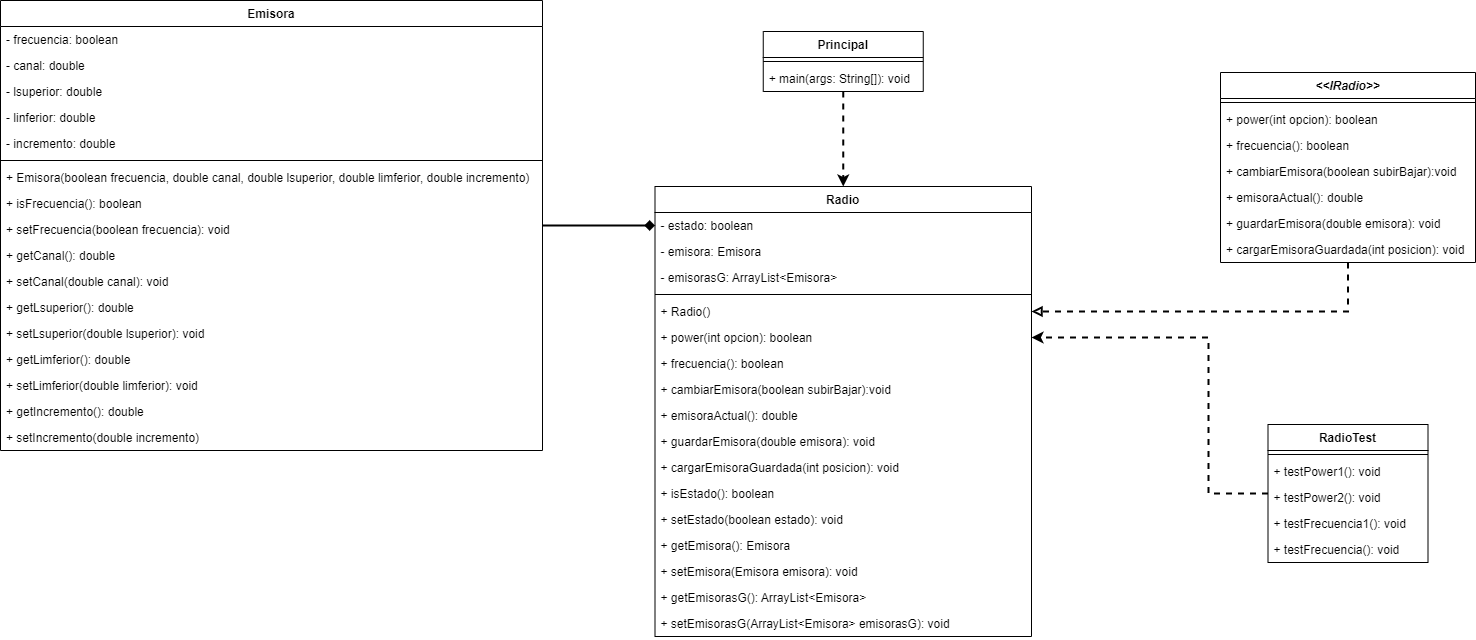
The draw.io diagram UML - HT1.png in Geraxxx5/HT1, before a commit. Source tidied: cells renumbered, new cells last; positions are measured from the earlier drawing's top-left corner, leaving out a move shared by most shapes.
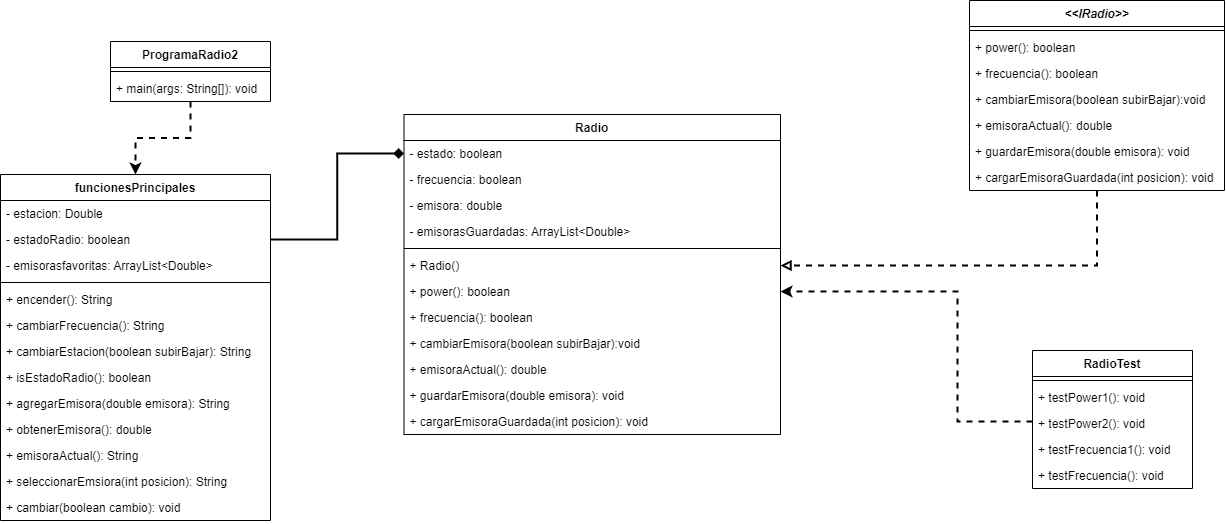
The same file after the commit.

Diff of the diagram source:
```diff
@@ -5,122 +5,50 @@
     <mxCell id="2" style="edgeStyle=orthogonalEdgeStyle;rounded=0;jettySize=auto;html=1;strokeWidth=2;endArrow=block;endFill=0;dashed=1;" parent="1" edge="1" source="44" target="27">
       <mxGeometry relative="1" as="geometry" />
     </mxCell>
-    <mxCell id="3" style="edgeStyle=orthogonalEdgeStyle;rounded=0;jettySize=auto;html=1;strokeWidth=2;endArrow=diamond;endFill=1;" parent="1" edge="1" source="4" target="23">
-      <mxGeometry relative="1" as="geometry" />
-    </mxCell>
-    <mxCell id="4" value="Emisora" style="swimlane;fontStyle=1;align=center;verticalAlign=top;horizontal=1;startSize=26;" parent="1" vertex="1">
-      <mxGeometry width="542" height="450" as="geometry" />
-    </mxCell>
-    <mxCell id="5" value="- frecuencia: boolean" style="text;strokeColor=none;fillColor=none;align=left;verticalAlign=top;spacingLeft=4;spacingRight=4;overflow=hidden;" parent="4" vertex="1">
-      <mxGeometry y="26" width="542" height="26" as="geometry" />
-    </mxCell>
-    <mxCell id="6" value="- canal: double" style="text;strokeColor=none;fillColor=none;align=left;verticalAlign=top;spacingLeft=4;spacingRight=4;overflow=hidden;" parent="4" vertex="1">
-      <mxGeometry y="52" width="542" height="26" as="geometry" />
-    </mxCell>
-    <mxCell id="7" value="- lsuperior: double" style="text;strokeColor=none;fillColor=none;align=left;verticalAlign=top;spacingLeft=4;spacingRight=4;overflow=hidden;" parent="4" vertex="1">
-      <mxGeometry y="78" width="542" height="26" as="geometry" />
-    </mxCell>
-    <mxCell id="8" value="- linferior: double" style="text;strokeColor=none;fillColor=none;align=left;verticalAlign=top;spacingLeft=4;spacingRight=4;overflow=hidden;" parent="4" vertex="1">
-      <mxGeometry y="104" width="542" height="26" as="geometry" />
-    </mxCell>
-    <mxCell id="9" value="- incremento: double" style="text;strokeColor=none;fillColor=none;align=left;verticalAlign=top;spacingLeft=4;spacingRight=4;overflow=hidden;" parent="4" vertex="1">
-      <mxGeometry y="130" width="542" height="26" as="geometry" />
-    </mxCell>
-    <mxCell id="10" style="line;strokeWidth=1;fillColor=none;align=left;verticalAlign=middle;spacingTop=-1;spacingLeft=3;spacingRight=3;labelPosition=right;strokeColor=inherit;" parent="4" vertex="1">
-      <mxGeometry y="156" width="542" height="8" as="geometry" />
-    </mxCell>
-    <mxCell id="11" value="+ Emisora(boolean frecuencia, double canal, double lsuperior, double limferior, double incremento)" style="text;strokeColor=none;fillColor=none;align=left;verticalAlign=top;spacingLeft=4;spacingRight=4;overflow=hidden;" parent="4" vertex="1">
-      <mxGeometry y="164" width="542" height="26" as="geometry" />
-    </mxCell>
-    <mxCell id="12" value="+ isFrecuencia(): boolean" style="text;strokeColor=none;fillColor=none;align=left;verticalAlign=top;spacingLeft=4;spacingRight=4;overflow=hidden;" parent="4" vertex="1">
-      <mxGeometry y="190" width="542" height="26" as="geometry" />
-    </mxCell>
-    <mxCell id="13" value="+ setFrecuencia(boolean frecuencia): void" style="text;strokeColor=none;fillColor=none;align=left;verticalAlign=top;spacingLeft=4;spacingRight=4;overflow=hidden;" parent="4" vertex="1">
-      <mxGeometry y="216" width="542" height="26" as="geometry" />
-    </mxCell>
-    <mxCell id="14" value="+ getCanal(): double" style="text;strokeColor=none;fillColor=none;align=left;verticalAlign=top;spacingLeft=4;spacingRight=4;overflow=hidden;" parent="4" vertex="1">
-      <mxGeometry y="242" width="542" height="26" as="geometry" />
-    </mxCell>
-    <mxCell id="15" value="+ setCanal(double canal): void" style="text;strokeColor=none;fillColor=none;align=left;verticalAlign=top;spacingLeft=4;spacingRight=4;overflow=hidden;" parent="4" vertex="1">
-      <mxGeometry y="268" width="542" height="26" as="geometry" />
-    </mxCell>
-    <mxCell id="16" value="+ getLsuperior(): double" style="text;strokeColor=none;fillColor=none;align=left;verticalAlign=top;spacingLeft=4;spacingRight=4;overflow=hidden;" parent="4" vertex="1">
-      <mxGeometry y="294" width="542" height="26" as="geometry" />
-    </mxCell>
-    <mxCell id="17" value="+ setLsuperior(double lsuperior): void" style="text;strokeColor=none;fillColor=none;align=left;verticalAlign=top;spacingLeft=4;spacingRight=4;overflow=hidden;" parent="4" vertex="1">
-      <mxGeometry y="320" width="542" height="26" as="geometry" />
-    </mxCell>
-    <mxCell id="18" value="+ getLimferior(): double" style="text;strokeColor=none;fillColor=none;align=left;verticalAlign=top;spacingLeft=4;spacingRight=4;overflow=hidden;" parent="4" vertex="1">
-      <mxGeometry y="346" width="542" height="26" as="geometry" />
-    </mxCell>
-    <mxCell id="19" value="+ setLimferior(double limferior): void" style="text;strokeColor=none;fillColor=none;align=left;verticalAlign=top;spacingLeft=4;spacingRight=4;overflow=hidden;" parent="4" vertex="1">
-      <mxGeometry y="372" width="542" height="26" as="geometry" />
-    </mxCell>
-    <mxCell id="20" value="+ getIncremento(): double" style="text;strokeColor=none;fillColor=none;align=left;verticalAlign=top;spacingLeft=4;spacingRight=4;overflow=hidden;" parent="4" vertex="1">
-      <mxGeometry y="398" width="542" height="26" as="geometry" />
-    </mxCell>
-    <mxCell id="21" value="+ setIncremento(double incremento)" style="text;strokeColor=none;fillColor=none;align=left;verticalAlign=top;spacingLeft=4;spacingRight=4;overflow=hidden;" parent="4" vertex="1">
-      <mxGeometry y="424" width="542" height="26" as="geometry" />
-    </mxCell>
     <mxCell id="22" value="Radio" style="swimlane;fontStyle=1;align=center;verticalAlign=top;horizontal=1;startSize=26;" parent="1" vertex="1">
-      <mxGeometry x="654.5" y="186" width="376.5" height="450" as="geometry" />
+      <mxGeometry x="654.5" y="186" width="376.5" height="320" as="geometry" />
     </mxCell>
     <mxCell id="23" value="- estado: boolean" style="text;strokeColor=none;fillColor=none;align=left;verticalAlign=top;spacingLeft=4;spacingRight=4;overflow=hidden;points=[[0,0.5],[1,0.5]];portConstraint=eastwest;" parent="22" vertex="1">
       <mxGeometry y="26" width="376.5" height="26" as="geometry" />
     </mxCell>
-    <mxCell id="24" value="- emisora: Emisora" style="text;strokeColor=none;fillColor=none;align=left;verticalAlign=top;spacingLeft=4;spacingRight=4;overflow=hidden;" parent="22" vertex="1">
+    <mxCell id="24" value="- frecuencia: boolean" style="text;strokeColor=none;fillColor=none;align=left;verticalAlign=top;spacingLeft=4;spacingRight=4;overflow=hidden;" parent="22" vertex="1">
       <mxGeometry y="52" width="376.5" height="26" as="geometry" />
     </mxCell>
+    <mxCell id="59" value="- emisora: double" style="text;strokeColor=none;fillColor=none;align=left;verticalAlign=top;spacingLeft=4;spacingRight=4;overflow=hidden;" parent="22" vertex="1">
+      <mxGeometry y="78" width="376.5" height="26" as="geometry" />
+    </mxCell>
-    <mxCell id="25" value="- emisorasG: ArrayList&lt;Emisora&gt;" style="text;strokeColor=none;fillColor=none;align=left;verticalAlign=top;spacingLeft=4;spacingRight=4;overflow=hidden;" parent="22" vertex="1">
-      <mxGeometry y="78" width="376.5" height="26" as="geometry" />
+    <mxCell id="25" value="- emisorasGuardadas: ArrayList&lt;Double&gt;" style="text;strokeColor=none;fillColor=none;align=left;verticalAlign=top;spacingLeft=4;spacingRight=4;overflow=hidden;" parent="22" vertex="1">
+      <mxGeometry y="104" width="376.5" height="26" as="geometry" />
     </mxCell>
     <mxCell id="26" style="line;strokeWidth=1;fillColor=none;align=left;verticalAlign=middle;spacingTop=-1;spacingLeft=3;spacingRight=3;labelPosition=right;strokeColor=inherit;" parent="22" vertex="1">
-      <mxGeometry y="104" width="376.5" height="8" as="geometry" />
+      <mxGeometry y="130" width="376.5" height="8" as="geometry" />
     </mxCell>
     <mxCell id="27" value="+ Radio()" style="text;strokeColor=none;fillColor=none;align=left;verticalAlign=top;spacingLeft=4;spacingRight=4;overflow=hidden;points=[[0,0.5],[1,0.5]];portConstraint=eastwest;" parent="22" vertex="1">
-      <mxGeometry y="112" width="376.5" height="26" as="geometry" />
+      <mxGeometry y="138" width="376.5" height="26" as="geometry" />
     </mxCell>
-    <mxCell id="28" value="+ power(int opcion): boolean" style="text;strokeColor=none;fillColor=none;align=left;verticalAlign=top;spacingLeft=4;spacingRight=4;overflow=hidden;points=[[0,0.5],[1,0.5]];portConstraint=eastwest;fontSize=12;" parent="22" vertex="1">
-      <mxGeometry y="138" width="376.5" height="26" as="geometry" />
+    <mxCell id="28" value="+ power(): boolean" style="text;strokeColor=none;fillColor=none;align=left;verticalAlign=top;spacingLeft=4;spacingRight=4;overflow=hidden;points=[[0,0.5],[1,0.5]];portConstraint=eastwest;fontSize=12;" parent="22" vertex="1">
+      <mxGeometry y="164" width="376.5" height="26" as="geometry" />
     </mxCell>
     <mxCell id="29" value="+ frecuencia(): boolean" style="text;strokeColor=none;fillColor=none;align=left;verticalAlign=top;spacingLeft=4;spacingRight=4;overflow=hidden;fontSize=12;" parent="22" vertex="1">
-      <mxGeometry y="164" width="376.5" height="26" as="geometry" />
+      <mxGeometry y="190" width="376.5" height="26" as="geometry" />
     </mxCell>
     <mxCell id="30" value="+ cambiarEmisora(boolean subirBajar):void" style="text;strokeColor=none;fillColor=none;align=left;verticalAlign=top;spacingLeft=4;spacingRight=4;overflow=hidden;fontSize=12;" parent="22" vertex="1">
-      <mxGeometry y="190" width="376.5" height="26" as="geometry" />
+      <mxGeometry y="216" width="376.5" height="26" as="geometry" />
     </mxCell>
     <mxCell id="31" value="+ emisoraActual(): double" style="text;strokeColor=none;fillColor=none;align=left;verticalAlign=top;spacingLeft=4;spacingRight=4;overflow=hidden;fontSize=12;" parent="22" vertex="1">
-      <mxGeometry y="216" width="376.5" height="26" as="geometry" />
+      <mxGeometry y="242" width="376.5" height="26" as="geometry" />
     </mxCell>
     <mxCell id="32" value="+ guardarEmisora(double emisora): void" style="text;strokeColor=none;fillColor=none;align=left;verticalAlign=top;spacingLeft=4;spacingRight=4;overflow=hidden;fontSize=12;" parent="22" vertex="1">
-      <mxGeometry y="242" width="376.5" height="26" as="geometry" />
+      <mxGeometry y="268" width="376.5" height="26" as="geometry" />
     </mxCell>
     <mxCell id="33" value="+ cargarEmisoraGuardada(int posicion): void" style="text;strokeColor=none;fillColor=none;align=left;verticalAlign=top;spacingLeft=4;spacingRight=4;overflow=hidden;fontSize=12;" parent="22" vertex="1">
-      <mxGeometry y="268" width="376.5" height="26" as="geometry" />
+      <mxGeometry y="294" width="376.5" height="26" as="geometry" />
     </mxCell>
-    <mxCell id="34" value="+ isEstado(): boolean" style="text;strokeColor=none;fillColor=none;align=left;verticalAlign=top;spacingLeft=4;spacingRight=4;overflow=hidden;fontSize=12;" parent="22" vertex="1">
-      <mxGeometry y="294" width="376.5" height="26" as="geometry" />
-    </mxCell>
-    <mxCell id="35" value="+ setEstado(boolean estado): void" style="text;strokeColor=none;fillColor=none;align=left;verticalAlign=top;spacingLeft=4;spacingRight=4;overflow=hidden;fontSize=12;" parent="22" vertex="1">
-      <mxGeometry y="320" width="376.5" height="26" as="geometry" />
-    </mxCell>
-    <mxCell id="36" value="+ getEmisora(): Emisora" style="text;strokeColor=none;fillColor=none;align=left;verticalAlign=top;spacingLeft=4;spacingRight=4;overflow=hidden;fontSize=12;" parent="22" vertex="1">
-      <mxGeometry y="346" width="376.5" height="26" as="geometry" />
-    </mxCell>
-    <mxCell id="37" value="+ setEmisora(Emisora emisora): void" style="text;strokeColor=none;fillColor=none;align=left;verticalAlign=top;spacingLeft=4;spacingRight=4;overflow=hidden;fontSize=12;" parent="22" vertex="1">
-      <mxGeometry y="372" width="376.5" height="26" as="geometry" />
-    </mxCell>
-    <mxCell id="38" value="+ getEmisorasG(): ArrayList&lt;Emisora&gt;" style="text;strokeColor=none;fillColor=none;align=left;verticalAlign=top;spacingLeft=4;spacingRight=4;overflow=hidden;fontSize=12;" parent="22" vertex="1">
-      <mxGeometry y="398" width="376.5" height="26" as="geometry" />
-    </mxCell>
-    <mxCell id="39" value="+ setEmisorasG(ArrayList&lt;Emisora&gt; emisorasG): void" style="text;strokeColor=none;fillColor=none;align=left;verticalAlign=top;spacingLeft=4;spacingRight=4;overflow=hidden;fontSize=12;" parent="22" vertex="1">
-      <mxGeometry y="424" width="376.5" height="26" as="geometry" />
-    </mxCell>
-    <mxCell id="40" style="edgeStyle=orthogonalEdgeStyle;rounded=0;jettySize=auto;html=1;strokeWidth=2;fontSize=12;endArrow=classic;endFill=1;dashed=1;entryX=0.5;entryY=0;entryDx=0;entryDy=0;" parent="1" edge="1" source="41" target="22">
+    <mxCell id="40" style="edgeStyle=orthogonalEdgeStyle;rounded=0;jettySize=auto;html=1;strokeWidth=2;fontSize=12;endArrow=classic;endFill=1;dashed=1;entryX=0.5;entryY=0;entryDx=0;entryDy=0;" parent="1" edge="1" source="41" target="60">
       <mxGeometry relative="1" as="geometry" />
     </mxCell>
-    <mxCell id="41" value="Principal" style="swimlane;fontStyle=1;align=center;verticalAlign=top;horizontal=1;startSize=26;" parent="1" vertex="1">
-      <mxGeometry x="762.8" y="31" width="160" height="60" as="geometry" />
+    <mxCell id="41" value="ProgramaRadio2" style="swimlane;fontStyle=1;align=center;verticalAlign=top;horizontal=1;startSize=26;" parent="1" vertex="1">
+      <mxGeometry x="361" y="113" width="160" height="60" as="geometry" />
     </mxCell>
     <mxCell id="42" style="line;strokeWidth=1;fillColor=none;align=left;verticalAlign=middle;spacingTop=-1;spacingLeft=3;spacingRight=3;labelPosition=right;strokeColor=inherit;" parent="41" vertex="1">
       <mxGeometry y="26" width="160" height="8" as="geometry" />
@@ -134,7 +62,7 @@
     <mxCell id="45" style="line;strokeWidth=1;fillColor=none;align=left;verticalAlign=middle;spacingTop=-1;spacingLeft=3;spacingRight=3;labelPosition=right;strokeColor=inherit;fontSize=12;" parent="44" vertex="1">
       <mxGeometry y="26" width="255" height="8" as="geometry" />
     </mxCell>
-    <mxCell id="46" value="+ power(int opcion): boolean" style="text;strokeColor=none;fillColor=none;align=left;verticalAlign=top;spacingLeft=4;spacingRight=4;overflow=hidden;fontSize=12;" parent="44" vertex="1">
+    <mxCell id="46" value="+ power(): boolean" style="text;strokeColor=none;fillColor=none;align=left;verticalAlign=top;spacingLeft=4;spacingRight=4;overflow=hidden;fontSize=12;" parent="44" vertex="1">
       <mxGeometry y="34" width="255" height="26" as="geometry" />
     </mxCell>
     <mxCell id="47" value="+ frecuencia(): boolean" style="text;strokeColor=none;fillColor=none;align=left;verticalAlign=top;spacingLeft=4;spacingRight=4;overflow=hidden;fontSize=12;" parent="44" vertex="1">
@@ -156,12 +84,12 @@
       <mxGeometry relative="1" as="geometry">
         <Array as="points">
           <mxPoint x="1208" y="493" />
-          <mxPoint x="1208" y="337" />
+          <mxPoint x="1208" y="363" />
         </Array>
       </mxGeometry>
     </mxCell>
     <mxCell id="53" value="RadioTest" style="swimlane;fontStyle=1;align=center;verticalAlign=top;horizontal=1;startSize=26;" parent="1" vertex="1">
-      <mxGeometry x="1267.5" y="424" width="160" height="138" as="geometry" />
+      <mxGeometry x="1283" y="422" width="160" height="138" as="geometry" />
     </mxCell>
     <mxCell id="54" style="line;strokeWidth=1;fillColor=none;align=left;verticalAlign=middle;spacingTop=-1;spacingLeft=3;spacingRight=3;labelPosition=right;strokeColor=inherit;" parent="53" vertex="1">
       <mxGeometry y="26" width="160" height="8" as="geometry" />
@@ -178,5 +106,50 @@
     <mxCell id="58" value="+ testFrecuencia(): void" style="text;strokeColor=none;fillColor=none;align=left;verticalAlign=top;spacingLeft=4;spacingRight=4;overflow=hidden;" parent="53" vertex="1">
       <mxGeometry y="112" width="160" height="26" as="geometry" />
     </mxCell>
+    <mxCell id="60" value="funcionesPrincipales" style="swimlane;fontStyle=1;align=center;verticalAlign=top;horizontal=1;startSize=26;" parent="1" vertex="1">
+      <mxGeometry x="251" y="246" width="270" height="346" as="geometry" />
+    </mxCell>
+    <mxCell id="61" value="- estacion: Double" style="text;strokeColor=none;fillColor=none;align=left;verticalAlign=top;spacingLeft=4;spacingRight=4;overflow=hidden;" parent="60" vertex="1">
+      <mxGeometry y="26" width="270" height="26" as="geometry" />
+    </mxCell>
+    <mxCell id="62" value="- estadoRadio: boolean" style="text;strokeColor=none;fillColor=none;align=left;verticalAlign=top;spacingLeft=4;spacingRight=4;overflow=hidden;points=[[0,0.5],[1,0.5]];portConstraint=eastwest;" parent="60" vertex="1">
+      <mxGeometry y="52" width="270" height="26" as="geometry" />
+    </mxCell>
+    <mxCell id="63" value="- emisorasfavoritas: ArrayList&lt;Double&gt;" style="text;strokeColor=none;fillColor=none;align=left;verticalAlign=top;spacingLeft=4;spacingRight=4;overflow=hidden;" parent="60" vertex="1">
+      <mxGeometry y="78" width="270" height="26" as="geometry" />
+    </mxCell>
+    <mxCell id="64" style="line;strokeWidth=1;fillColor=none;align=left;verticalAlign=middle;spacingTop=-1;spacingLeft=3;spacingRight=3;labelPosition=right;strokeColor=inherit;" parent="60" vertex="1">
+      <mxGeometry y="104" width="270" height="8" as="geometry" />
+    </mxCell>
+    <mxCell id="65" value="+ encender(): String" style="text;strokeColor=none;fillColor=none;align=left;verticalAlign=top;spacingLeft=4;spacingRight=4;overflow=hidden;" parent="60" vertex="1">
+      <mxGeometry y="112" width="270" height="26" as="geometry" />
+    </mxCell>
+    <mxCell id="66" value="+ cambiarFrecuencia(): String" style="text;strokeColor=none;fillColor=none;align=left;verticalAlign=top;spacingLeft=4;spacingRight=4;overflow=hidden;" parent="60" vertex="1">
+      <mxGeometry y="138" width="270" height="26" as="geometry" />
+    </mxCell>
+    <mxCell id="67" value="+ cambiarEstacion(boolean subirBajar): String" style="text;strokeColor=none;fillColor=none;align=left;verticalAlign=top;spacingLeft=4;spacingRight=4;overflow=hidden;" parent="60" vertex="1">
+      <mxGeometry y="164" width="270" height="26" as="geometry" />
+    </mxCell>
+    <mxCell id="68" value="+ isEstadoRadio(): boolean" style="text;strokeColor=none;fillColor=none;align=left;verticalAlign=top;spacingLeft=4;spacingRight=4;overflow=hidden;" parent="60" vertex="1">
+      <mxGeometry y="190" width="270" height="26" as="geometry" />
+    </mxCell>
+    <mxCell id="69" value="+ agregarEmisora(double emisora): String" style="text;strokeColor=none;fillColor=none;align=left;verticalAlign=top;spacingLeft=4;spacingRight=4;overflow=hidden;" parent="60" vertex="1">
+      <mxGeometry y="216" width="270" height="26" as="geometry" />
+    </mxCell>
+    <mxCell id="70" value="+ obtenerEmisora(): double" style="text;strokeColor=none;fillColor=none;align=left;verticalAlign=top;spacingLeft=4;spacingRight=4;overflow=hidden;" parent="60" vertex="1">
+      <mxGeometry y="242" width="270" height="26" as="geometry" />
+    </mxCell>
+    <mxCell id="71" value="+ emisoraActual(): String" style="text;strokeColor=none;fillColor=none;align=left;verticalAlign=top;spacingLeft=4;spacingRight=4;overflow=hidden;" parent="60" vertex="1">
+      <mxGeometry y="268" width="270" height="26" as="geometry" />
+    </mxCell>
+    <mxCell id="72" value="+ seleccionarEmsiora(int posicion): String" style="text;strokeColor=none;fillColor=none;align=left;verticalAlign=top;spacingLeft=4;spacingRight=4;overflow=hidden;" parent="60" vertex="1">
+      <mxGeometry y="294" width="270" height="26" as="geometry" />
+    </mxCell>
+    <mxCell id="73" value="+ cambiar(boolean cambio): void" style="text;strokeColor=none;fillColor=none;align=left;verticalAlign=top;spacingLeft=4;spacingRight=4;overflow=hidden;" parent="60" vertex="1">
+      <mxGeometry y="320" width="270" height="26" as="geometry" />
+    </mxCell>
+    <mxCell id="74" style="edgeStyle=orthogonalEdgeStyle;rounded=0;jettySize=auto;html=1;entryX=0;entryY=0.5;entryDx=0;entryDy=0;strokeWidth=2;endArrow=diamond;endFill=1;" parent="1" edge="1" source="62" target="23">
+      <mxGeometry relative="1" as="geometry" />
+    </mxCell>
   </root>
 </mxGraphModel>
```
